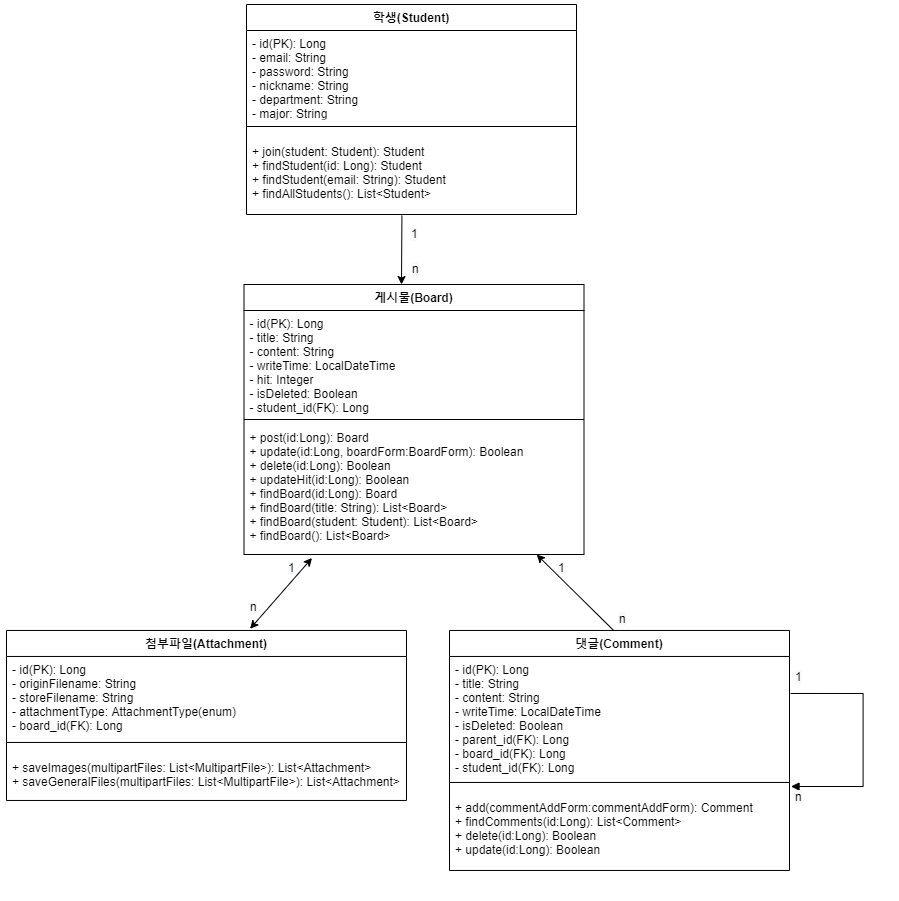
Before: img/diagram.png, a diagram exported from draw.io (SangHyunGil/BasicBoard). Source tidied: cells renumbered, new cells last; positions are measured from the earlier drawing's top-left corner, leaving out a move shared by most shapes.
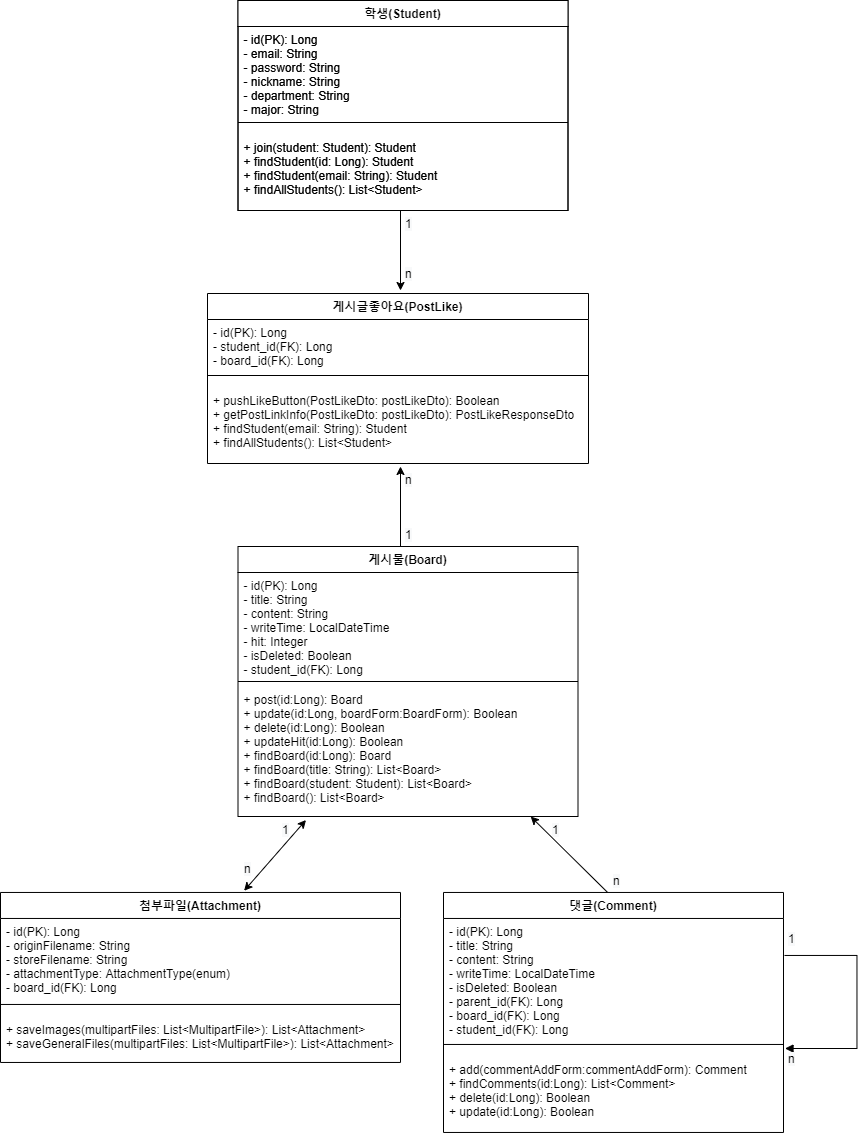
Above is the later version.

What changed in the source:
```diff
@@ -32,7 +32,7 @@
       </mxGeometry>
     </mxCell>
     <mxCell id="11" value="학생(Student)" style="swimlane;fontStyle=1;align=center;verticalAlign=top;horizontal=1;startSize=26;" parent="1" vertex="1">
-      <mxGeometry x="240" width="330" height="210" as="geometry" />
+      <mxGeometry x="237.5" y="-266" width="330" height="210" as="geometry" />
     </mxCell>
     <mxCell id="12" value="- id(PK): Long&#10;- email: String&#10;- password: String&#10;- nickname: String&#10;- department: String&#10;- major: String&#10;" style="text;strokeColor=none;fillColor=none;align=left;verticalAlign=top;spacingLeft=4;spacingRight=4;overflow=hidden;" parent="11" vertex="1">
       <mxGeometry y="26" width="330" height="84" as="geometry" />
@@ -44,10 +44,10 @@
       <mxGeometry y="134" width="330" height="76" as="geometry" />
     </mxCell>
     <mxCell id="15" value="&lt;span style=&quot;color: rgb(0 , 0 , 0) ; font-family: &amp;#34;helvetica&amp;#34; ; font-size: 12px ; font-style: normal ; font-weight: 400 ; letter-spacing: normal ; text-align: left ; text-indent: 0px ; text-transform: none ; word-spacing: 0px ; background-color: rgb(248 , 249 , 250) ; display: inline ; float: none&quot;&gt;1&lt;/span&gt;" style="text;whiteSpace=wrap;html=1;" parent="1" vertex="1">
-      <mxGeometry x="403" y="216" width="40" height="30" as="geometry" />
+      <mxGeometry x="403" y="-56" width="40" height="30" as="geometry" />
     </mxCell>
     <mxCell id="16" value="&lt;span style=&quot;color: rgb(0 , 0 , 0) ; font-family: &amp;#34;helvetica&amp;#34; ; font-size: 12px ; font-style: normal ; font-weight: 400 ; letter-spacing: normal ; text-align: left ; text-indent: 0px ; text-transform: none ; word-spacing: 0px ; background-color: rgb(248 , 249 , 250) ; display: inline ; float: none&quot;&gt;n&lt;/span&gt;" style="text;whiteSpace=wrap;html=1;" parent="1" vertex="1">
-      <mxGeometry x="404" y="251" width="40" height="30" as="geometry" />
+      <mxGeometry x="403" y="-6" width="40" height="30" as="geometry" />
     </mxCell>
     <mxCell id="17" value="&lt;span style=&quot;color: rgb(0 , 0 , 0) ; font-family: &amp;#34;helvetica&amp;#34; ; font-size: 12px ; font-style: normal ; font-weight: 400 ; letter-spacing: normal ; text-align: left ; text-indent: 0px ; text-transform: none ; word-spacing: 0px ; background-color: rgb(248 , 249 , 250) ; display: inline ; float: none&quot;&gt;n&lt;/span&gt;" style="text;whiteSpace=wrap;html=1;" parent="1" vertex="1">
       <mxGeometry x="610.5" y="601" width="40" height="30" as="geometry" />
@@ -72,9 +72,10 @@
     <mxCell id="21" value="&lt;span style=&quot;color: rgb(0 , 0 , 0) ; font-family: &amp;#34;helvetica&amp;#34; ; font-size: 12px ; font-style: normal ; font-weight: 400 ; letter-spacing: normal ; text-align: left ; text-indent: 0px ; text-transform: none ; word-spacing: 0px ; background-color: rgb(248 , 249 , 250) ; display: inline ; float: none&quot;&gt;n&lt;/span&gt;" style="text;whiteSpace=wrap;html=1;" parent="1" vertex="1">
       <mxGeometry x="786.5" y="779" width="40" height="30" as="geometry" />
     </mxCell>
-    <mxCell id="22" style="endArrow=classic;html=1;exitX=0.471;exitY=1.014;exitDx=0;exitDy=0;exitPerimeter=0;" parent="1" edge="1" source="14">
+    <mxCell id="22" style="endArrow=classic;html=1;" parent="1" edge="1">
       <mxGeometry relative="1" as="geometry">
-        <mxPoint x="395" y="280" as="targetPoint" />
+        <mxPoint x="400" y="-56" as="sourcePoint" />
+        <mxPoint x="400" y="24" as="targetPoint" />
       </mxGeometry>
     </mxCell>
     <mxCell id="23" value="첨부파일(Attachment)" style="swimlane;fontStyle=1;align=center;verticalAlign=top;horizontal=1;startSize=26;" parent="1" vertex="1">
@@ -98,5 +99,47 @@
     <mxCell id="29" value="&lt;span style=&quot;color: rgb(0 , 0 , 0) ; font-family: &amp;#34;helvetica&amp;#34; ; font-size: 12px ; font-style: normal ; font-weight: 400 ; letter-spacing: normal ; text-align: left ; text-indent: 0px ; text-transform: none ; word-spacing: 0px ; background-color: rgb(248 , 249 , 250) ; display: inline ; float: none&quot;&gt;n&lt;/span&gt;" style="text;whiteSpace=wrap;html=1;" parent="1" vertex="1">
       <mxGeometry x="241.5" y="589" width="40" height="30" as="geometry" />
     </mxCell>
+    <mxCell id="30" style="endArrow=classic;html=1;" parent="1" edge="1">
+      <mxGeometry relative="1" as="geometry">
+        <mxPoint x="400" y="280" as="sourcePoint" />
+        <mxPoint x="400" y="200" as="targetPoint" />
+      </mxGeometry>
+    </mxCell>
+    <mxCell id="31" value="&lt;span style=&quot;color: rgb(0 , 0 , 0) ; font-family: &amp;#34;helvetica&amp;#34; ; font-size: 12px ; font-style: normal ; font-weight: 400 ; letter-spacing: normal ; text-align: left ; text-indent: 0px ; text-transform: none ; word-spacing: 0px ; background-color: rgb(248 , 249 , 250) ; display: inline ; float: none&quot;&gt;n&lt;/span&gt;" style="text;whiteSpace=wrap;html=1;" parent="1" vertex="1">
+      <mxGeometry x="403" y="200" width="40" height="30" as="geometry" />
+    </mxCell>
+    <mxCell id="32" value="&lt;span style=&quot;color: rgb(0 , 0 , 0) ; font-family: &amp;#34;helvetica&amp;#34; ; font-size: 12px ; font-style: normal ; font-weight: 400 ; letter-spacing: normal ; text-align: left ; text-indent: 0px ; text-transform: none ; word-spacing: 0px ; background-color: rgb(248 , 249 , 250) ; display: inline ; float: none&quot;&gt;1&lt;/span&gt;" style="text;whiteSpace=wrap;html=1;" parent="1" vertex="1">
+      <mxGeometry x="403" y="255" width="40" height="30" as="geometry" />
+    </mxCell>
+    <mxCell id="33" value="게시글좋아요(PostLike)" style="swimlane;fontStyle=1;align=center;verticalAlign=top;horizontal=1;startSize=26;" parent="1" vertex="1">
+      <mxGeometry x="207" y="27" width="381" height="170" as="geometry" />
+    </mxCell>
+    <mxCell id="34" value="- id(PK): Long&#10;- student_id(FK): Long&#10;- board_id(FK): Long&#10;" style="text;strokeColor=none;fillColor=none;align=left;verticalAlign=top;spacingLeft=4;spacingRight=4;overflow=hidden;" parent="33" vertex="1">
+      <mxGeometry y="26" width="381" height="44" as="geometry" />
+    </mxCell>
+    <mxCell id="35" style="line;strokeWidth=1;fillColor=none;align=left;verticalAlign=middle;spacingTop=-1;spacingLeft=3;spacingRight=3;labelPosition=right;" parent="33" vertex="1">
+      <mxGeometry y="70" width="381" height="24" as="geometry" />
+    </mxCell>
+    <mxCell id="36" value="+ pushLikeButton(PostLikeDto: postLikeDto): Boolean&#10;+ getPostLinkInfo(PostLikeDto: postLikeDto): PostLikeResponseDto&#10;+ findStudent(email: String): Student&#10;+ findAllStudents(): List&lt;Student&gt;" style="text;strokeColor=none;fillColor=none;align=left;verticalAlign=top;spacingLeft=4;spacingRight=4;overflow=hidden;" parent="33" vertex="1">
+      <mxGeometry y="94" width="381" height="76" as="geometry" />
+    </mxCell>
+    <mxCell id="37" value="학생(Student)" style="swimlane;fontStyle=1;align=center;verticalAlign=top;horizontal=1;startSize=26;" parent="1" vertex="1">
+      <mxGeometry x="237.5" y="-266" width="330" height="210" as="geometry" />
+    </mxCell>
+    <mxCell id="38" value="- id(PK): Long&#10;- email: String&#10;- password: String&#10;- nickname: String&#10;- department: String&#10;- major: String&#10;" style="text;strokeColor=none;fillColor=none;align=left;verticalAlign=top;spacingLeft=4;spacingRight=4;overflow=hidden;" parent="37" vertex="1">
+      <mxGeometry y="26" width="330" height="84" as="geometry" />
+    </mxCell>
+    <mxCell id="39" style="line;strokeWidth=1;fillColor=none;align=left;verticalAlign=middle;spacingTop=-1;spacingLeft=3;spacingRight=3;labelPosition=right;" parent="37" vertex="1">
+      <mxGeometry y="110" width="330" height="24" as="geometry" />
+    </mxCell>
+    <mxCell id="40" value="+ join(student: Student): Student&#10;+ findStudent(id: Long): Student&#10;+ findStudent(email: String): Student&#10;+ findAllStudents(): List&lt;Student&gt;" style="text;strokeColor=none;fillColor=none;align=left;verticalAlign=top;spacingLeft=4;spacingRight=4;overflow=hidden;" parent="37" vertex="1">
+      <mxGeometry y="134" width="330" height="76" as="geometry" />
+    </mxCell>
+    <mxCell id="41" value="&lt;span style=&quot;color: rgb(0 , 0 , 0) ; font-family: &amp;#34;helvetica&amp;#34; ; font-size: 12px ; font-style: normal ; font-weight: 400 ; letter-spacing: normal ; text-align: left ; text-indent: 0px ; text-transform: none ; word-spacing: 0px ; background-color: rgb(248 , 249 , 250) ; display: inline ; float: none&quot;&gt;1&lt;/span&gt;" style="text;whiteSpace=wrap;html=1;" parent="1" vertex="1">
+      <mxGeometry x="403" y="-56" width="40" height="30" as="geometry" />
+    </mxCell>
+    <mxCell id="42" value="&lt;span style=&quot;color: rgb(0 , 0 , 0) ; font-family: &amp;#34;helvetica&amp;#34; ; font-size: 12px ; font-style: normal ; font-weight: 400 ; letter-spacing: normal ; text-align: left ; text-indent: 0px ; text-transform: none ; word-spacing: 0px ; background-color: rgb(248 , 249 , 250) ; display: inline ; float: none&quot;&gt;n&lt;/span&gt;" style="text;whiteSpace=wrap;html=1;" parent="1" vertex="1">
+      <mxGeometry x="403" y="-6" width="40" height="30" as="geometry" />
+    </mxCell>
   </root>
 </mxGraphModel>
```
